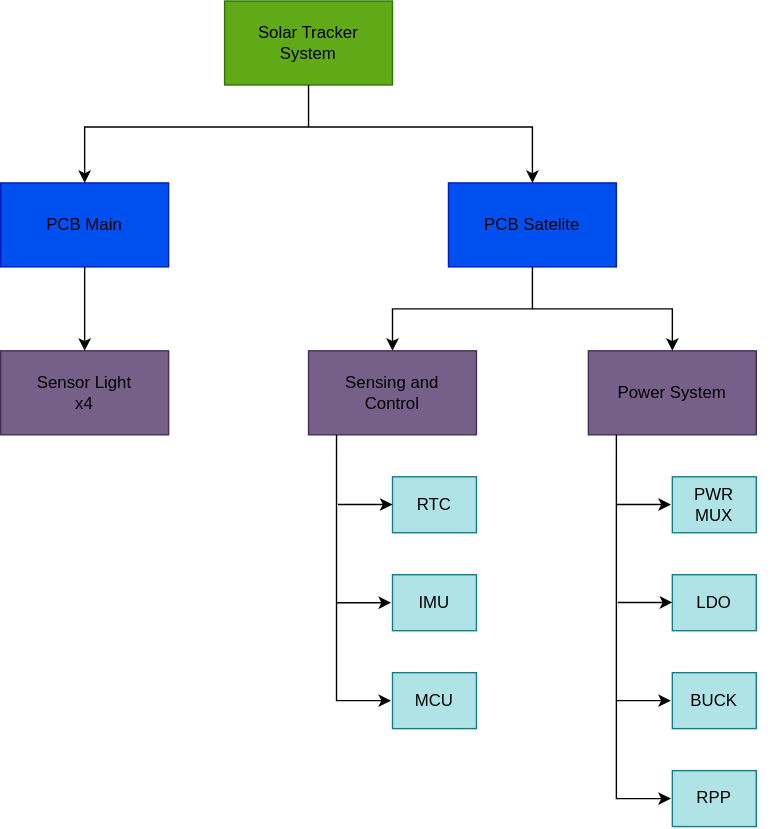
The draw.io diagram Hardware/PBS.svg in TobiasDecoud/Solar-Tracking-System, before a commit. Source tidied: cells renumbered, new cells last; positions are measured from the earlier drawing's top-left corner, leaving out a move shared by most shapes. Source of this version:
```xml
<mxGraphModel>
  <root>
    <mxCell id="0" />
    <mxCell id="1" parent="0" />
    <mxCell id="2" style="rounded=0;whiteSpace=wrap;html=1;fillColor=#60a917;fontColor=#ffffff;strokeColor=#2D7600;" parent="1" vertex="1">
      <mxGeometry x="160" width="120" height="60" as="geometry" />
    </mxCell>
    <mxCell id="3" value="Solar Tracker System" style="text;html=1;whiteSpace=wrap;align=center;verticalAlign=middle;rounded=0;" parent="1" vertex="1">
      <mxGeometry x="180" y="15" width="80" height="30" as="geometry" />
    </mxCell>
    <mxCell id="4" style="rounded=0;whiteSpace=wrap;html=1;fillColor=#0050ef;fontColor=#ffffff;strokeColor=#001DBC;" parent="1" vertex="1">
      <mxGeometry y="130" width="120" height="60" as="geometry" />
    </mxCell>
    <mxCell id="5" style="rounded=0;whiteSpace=wrap;html=1;fillColor=#0050ef;fontColor=#ffffff;strokeColor=#001DBC;" parent="1" vertex="1">
      <mxGeometry x="320" y="130" width="120" height="60" as="geometry" />
    </mxCell>
    <mxCell id="6" value="PCB Main" style="text;html=1;whiteSpace=wrap;align=center;verticalAlign=middle;rounded=0;" parent="1" vertex="1">
      <mxGeometry x="20" y="145" width="80" height="30" as="geometry" />
    </mxCell>
    <mxCell id="7" value="PCB Satelite" style="text;html=1;whiteSpace=wrap;align=center;verticalAlign=middle;rounded=0;" parent="1" vertex="1">
      <mxGeometry x="340" y="145" width="80" height="30" as="geometry" />
    </mxCell>
    <mxCell id="8" style="endArrow=classic;html=1;rounded=0;exitX=0.5;exitY=1;exitDx=0;exitDy=0;entryX=0.5;entryY=0;entryDx=0;entryDy=0;" parent="1" edge="1" source="2" target="4">
      <mxGeometry relative="1" as="geometry">
        <Array as="points">
          <mxPoint x="220" y="90" />
          <mxPoint x="60" y="90" />
        </Array>
      </mxGeometry>
    </mxCell>
    <mxCell id="9" style="endArrow=classic;html=1;rounded=0;entryX=0.5;entryY=0;entryDx=0;entryDy=0;" parent="1" edge="1" target="5">
      <mxGeometry relative="1" as="geometry">
        <mxPoint x="220" y="90" as="sourcePoint" />
        <Array as="points">
          <mxPoint x="380" y="90" />
        </Array>
      </mxGeometry>
    </mxCell>
    <mxCell id="10" style="rounded=0;whiteSpace=wrap;html=1;fillColor=#76608a;strokeColor=#432D57;fontColor=#ffffff;" parent="1" vertex="1">
      <mxGeometry y="250" width="120" height="60" as="geometry" />
    </mxCell>
    <mxCell id="11" value="Sensor Light x4" style="text;html=1;whiteSpace=wrap;align=center;verticalAlign=middle;rounded=0;" parent="1" vertex="1">
      <mxGeometry x="20" y="265" width="80" height="30" as="geometry" />
    </mxCell>
    <mxCell id="12" style="rounded=0;whiteSpace=wrap;html=1;fillColor=#b0e3e6;strokeColor=#0e8088;" parent="1" vertex="1">
      <mxGeometry x="280" y="340" width="60" height="40" as="geometry" />
    </mxCell>
    <mxCell id="13" value="RTC" style="text;html=1;whiteSpace=wrap;strokeColor=none;fillColor=none;align=center;verticalAlign=middle;rounded=0;" parent="1" vertex="1">
      <mxGeometry x="270" y="345" width="80" height="30" as="geometry" />
    </mxCell>
    <mxCell id="14" style="rounded=0;whiteSpace=wrap;html=1;fillColor=#b0e3e6;strokeColor=#0e8088;" parent="1" vertex="1">
      <mxGeometry x="280" y="410" width="60" height="40" as="geometry" />
    </mxCell>
    <mxCell id="15" value="IMU" style="text;html=1;whiteSpace=wrap;strokeColor=none;fillColor=none;align=center;verticalAlign=middle;rounded=0;" parent="1" vertex="1">
      <mxGeometry x="270" y="415" width="80" height="30" as="geometry" />
    </mxCell>
    <mxCell id="16" style="rounded=0;whiteSpace=wrap;html=1;fillColor=#b0e3e6;strokeColor=#0e8088;" parent="1" vertex="1">
      <mxGeometry x="280" y="480" width="60" height="40" as="geometry" />
    </mxCell>
    <mxCell id="17" value="MCU" style="text;html=1;whiteSpace=wrap;strokeColor=none;fillColor=none;align=center;verticalAlign=middle;rounded=0;" parent="1" vertex="1">
      <mxGeometry x="270" y="485" width="80" height="30" as="geometry" />
    </mxCell>
    <mxCell id="18" style="rounded=0;whiteSpace=wrap;html=1;fillColor=#76608a;strokeColor=#432D57;fontColor=#ffffff;" parent="1" vertex="1">
      <mxGeometry x="220" y="250" width="120" height="60" as="geometry" />
    </mxCell>
    <mxCell id="19" value="Sensing and Control" style="text;html=1;whiteSpace=wrap;align=center;verticalAlign=middle;rounded=0;" parent="1" vertex="1">
      <mxGeometry x="240" y="265" width="80" height="30" as="geometry" />
    </mxCell>
    <mxCell id="20" style="rounded=0;whiteSpace=wrap;html=1;fillColor=#76608a;strokeColor=#432D57;fontColor=#ffffff;" parent="1" vertex="1">
      <mxGeometry x="420" y="250" width="120" height="60" as="geometry" />
    </mxCell>
    <mxCell id="21" value="Power System" style="text;html=1;whiteSpace=wrap;align=center;verticalAlign=middle;rounded=0;" parent="1" vertex="1">
      <mxGeometry x="440" y="265" width="80" height="30" as="geometry" />
    </mxCell>
    <mxCell id="22" style="rounded=0;whiteSpace=wrap;html=1;fillColor=#b0e3e6;strokeColor=#0e8088;" parent="1" vertex="1">
      <mxGeometry x="480" y="340" width="60" height="40" as="geometry" />
    </mxCell>
    <mxCell id="23" value="PWR&lt;div&gt;MUX&lt;/div&gt;" style="text;html=1;whiteSpace=wrap;strokeColor=none;fillColor=none;align=center;verticalAlign=middle;rounded=0;" parent="1" vertex="1">
      <mxGeometry x="470" y="345" width="80" height="30" as="geometry" />
    </mxCell>
    <mxCell id="24" style="rounded=0;whiteSpace=wrap;html=1;fillColor=#b0e3e6;strokeColor=#0e8088;" parent="1" vertex="1">
      <mxGeometry x="480" y="410" width="60" height="40" as="geometry" />
    </mxCell>
    <mxCell id="25" value="LDO" style="text;html=1;whiteSpace=wrap;strokeColor=none;fillColor=none;align=center;verticalAlign=middle;rounded=0;" parent="1" vertex="1">
      <mxGeometry x="470" y="415" width="80" height="30" as="geometry" />
    </mxCell>
    <mxCell id="26" style="rounded=0;whiteSpace=wrap;html=1;fillColor=#b0e3e6;strokeColor=#0e8088;" parent="1" vertex="1">
      <mxGeometry x="480" y="480" width="60" height="40" as="geometry" />
    </mxCell>
    <mxCell id="27" value="BUCK" style="text;html=1;whiteSpace=wrap;strokeColor=none;fillColor=none;align=center;verticalAlign=middle;rounded=0;" parent="1" vertex="1">
      <mxGeometry x="470" y="485" width="80" height="30" as="geometry" />
    </mxCell>
    <mxCell id="28" style="rounded=0;whiteSpace=wrap;html=1;fillColor=#b0e3e6;strokeColor=#0e8088;" parent="1" vertex="1">
      <mxGeometry x="480" y="550" width="60" height="40" as="geometry" />
    </mxCell>
    <mxCell id="29" value="RPP" style="text;html=1;whiteSpace=wrap;strokeColor=none;fillColor=none;align=center;verticalAlign=middle;rounded=0;" parent="1" vertex="1">
      <mxGeometry x="470" y="555" width="80" height="30" as="geometry" />
    </mxCell>
    <mxCell id="30" style="endArrow=classic;html=1;rounded=0;exitX=0.5;exitY=1;exitDx=0;exitDy=0;entryX=0.5;entryY=0;entryDx=0;entryDy=0;" parent="1" edge="1" source="4" target="10">
      <mxGeometry relative="1" as="geometry" />
    </mxCell>
    <mxCell id="31" style="endArrow=classic;html=1;rounded=0;entryX=0.5;entryY=0;entryDx=0;entryDy=0;exitX=0.5;exitY=1;exitDx=0;exitDy=0;" parent="1" edge="1" source="5" target="18">
      <mxGeometry relative="1" as="geometry">
        <Array as="points">
          <mxPoint x="380" y="220" />
          <mxPoint x="280" y="220" />
        </Array>
      </mxGeometry>
    </mxCell>
    <mxCell id="32" style="endArrow=classic;html=1;rounded=0;entryX=0.5;entryY=0;entryDx=0;entryDy=0;" parent="1" edge="1" target="20">
      <mxGeometry relative="1" as="geometry">
        <mxPoint x="380" y="220" as="sourcePoint" />
        <Array as="points">
          <mxPoint x="480" y="220" />
        </Array>
      </mxGeometry>
    </mxCell>
    <mxCell id="33" style="endArrow=classic;html=1;rounded=0;exitX=0.5;exitY=1;exitDx=0;exitDy=0;" parent="1" edge="1">
      <mxGeometry relative="1" as="geometry">
        <mxPoint x="240" y="310" as="sourcePoint" />
        <mxPoint x="279" y="500" as="targetPoint" />
        <Array as="points">
          <mxPoint x="240" y="500" />
        </Array>
      </mxGeometry>
    </mxCell>
    <mxCell id="34" style="endArrow=classic;html=1;rounded=0;" parent="1" edge="1">
      <mxGeometry relative="1" as="geometry">
        <mxPoint x="240" y="430" as="sourcePoint" />
        <mxPoint x="279" y="430" as="targetPoint" />
      </mxGeometry>
    </mxCell>
    <mxCell id="35" style="endArrow=classic;html=1;rounded=0;" parent="1" edge="1">
      <mxGeometry relative="1" as="geometry">
        <mxPoint x="241" y="359.9" as="sourcePoint" />
        <mxPoint x="280" y="359.9" as="targetPoint" />
      </mxGeometry>
    </mxCell>
    <mxCell id="36" style="endArrow=classic;html=1;rounded=0;exitX=0.5;exitY=1;exitDx=0;exitDy=0;" parent="1" edge="1">
      <mxGeometry relative="1" as="geometry">
        <mxPoint x="440" y="310" as="sourcePoint" />
        <mxPoint x="479" y="500" as="targetPoint" />
        <Array as="points">
          <mxPoint x="440" y="500" />
        </Array>
      </mxGeometry>
    </mxCell>
    <mxCell id="37" style="endArrow=classic;html=1;rounded=0;" parent="1" edge="1">
      <mxGeometry relative="1" as="geometry">
        <mxPoint x="440" y="359.9" as="sourcePoint" />
        <mxPoint x="479" y="359.9" as="targetPoint" />
      </mxGeometry>
    </mxCell>
    <mxCell id="38" style="endArrow=classic;html=1;rounded=0;" parent="1" edge="1">
      <mxGeometry relative="1" as="geometry">
        <mxPoint x="441" y="429.9" as="sourcePoint" />
        <mxPoint x="480" y="429.9" as="targetPoint" />
      </mxGeometry>
    </mxCell>
    <mxCell id="39" style="endArrow=classic;html=1;rounded=0;" parent="1" edge="1">
      <mxGeometry relative="1" as="geometry">
        <mxPoint x="440" y="500" as="sourcePoint" />
        <mxPoint x="479" y="570" as="targetPoint" />
        <Array as="points">
          <mxPoint x="440" y="570" />
        </Array>
      </mxGeometry>
    </mxCell>
  </root>
</mxGraphModel>
```
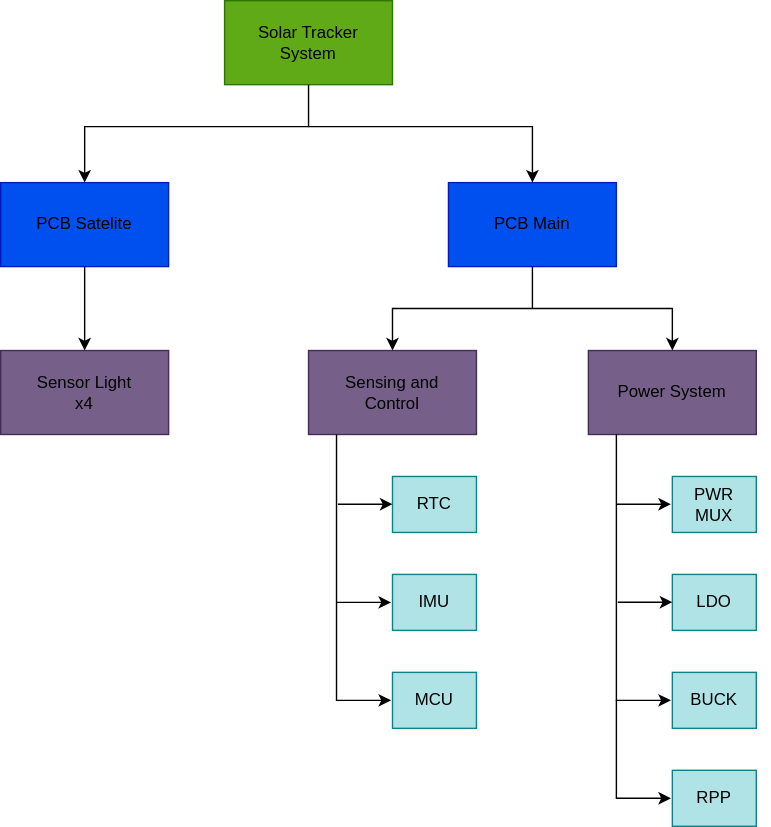
The same diagram one commit later.

Commit message:
Arreglo PBS

What changed in the source:
```diff
@@ -14,10 +14,10 @@
     <mxCell id="5" style="rounded=0;whiteSpace=wrap;html=1;fillColor=#0050ef;fontColor=#ffffff;strokeColor=#001DBC;" parent="1" vertex="1">
       <mxGeometry x="320" y="130" width="120" height="60" as="geometry" />
     </mxCell>
-    <mxCell id="6" value="PCB Main" style="text;html=1;whiteSpace=wrap;align=center;verticalAlign=middle;rounded=0;" parent="1" vertex="1">
+    <mxCell id="6" value="PCB Satelite" style="text;html=1;whiteSpace=wrap;align=center;verticalAlign=middle;rounded=0;" parent="1" vertex="1">
       <mxGeometry x="20" y="145" width="80" height="30" as="geometry" />
     </mxCell>
-    <mxCell id="7" value="PCB Satelite" style="text;html=1;whiteSpace=wrap;align=center;verticalAlign=middle;rounded=0;" parent="1" vertex="1">
+    <mxCell id="7" value="PCB Main" style="text;html=1;whiteSpace=wrap;align=center;verticalAlign=middle;rounded=0;" parent="1" vertex="1">
       <mxGeometry x="340" y="145" width="80" height="30" as="geometry" />
     </mxCell>
     <mxCell id="8" style="endArrow=classic;html=1;rounded=0;exitX=0.5;exitY=1;exitDx=0;exitDy=0;entryX=0.5;entryY=0;entryDx=0;entryDy=0;" parent="1" edge="1" source="2" target="4">
```
